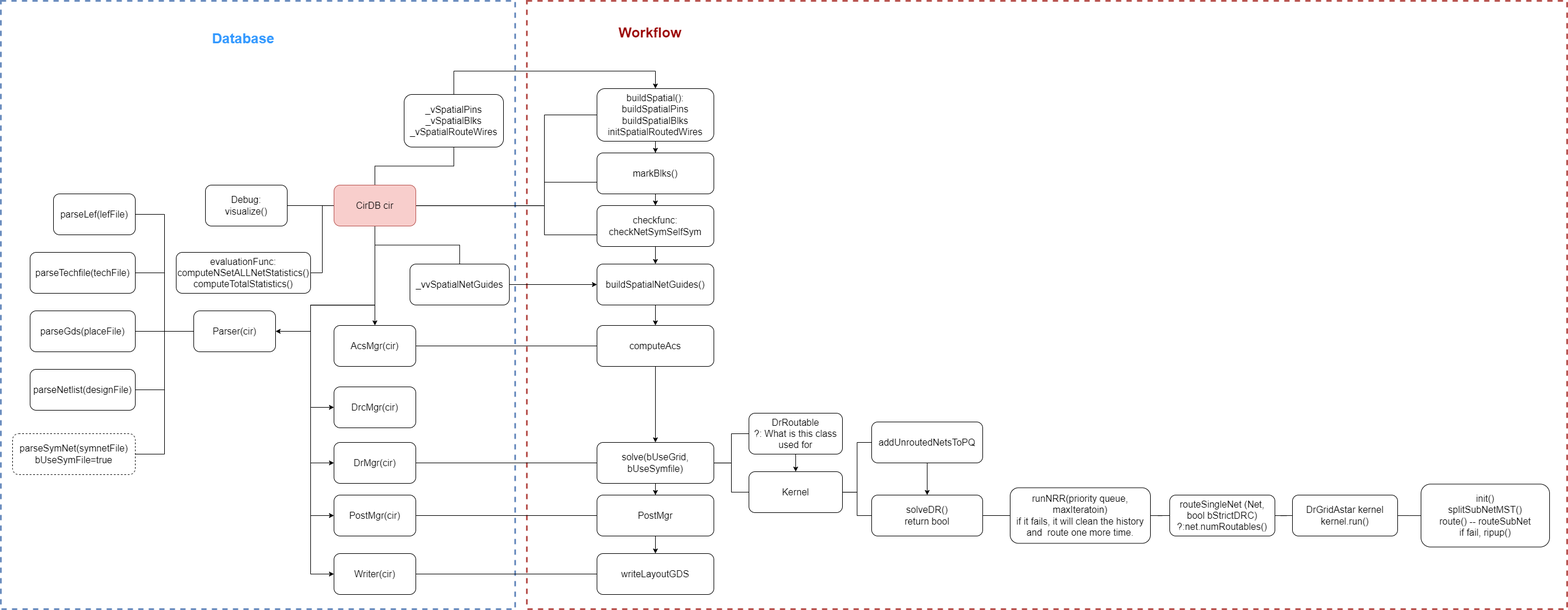
Above: anaroute.drawio.png in ajiann/drawio (draw.io), before the change. Source tidied: cells renumbered, new cells last; positions are measured from the earlier drawing's top-left corner, leaving out a move shared by most shapes.
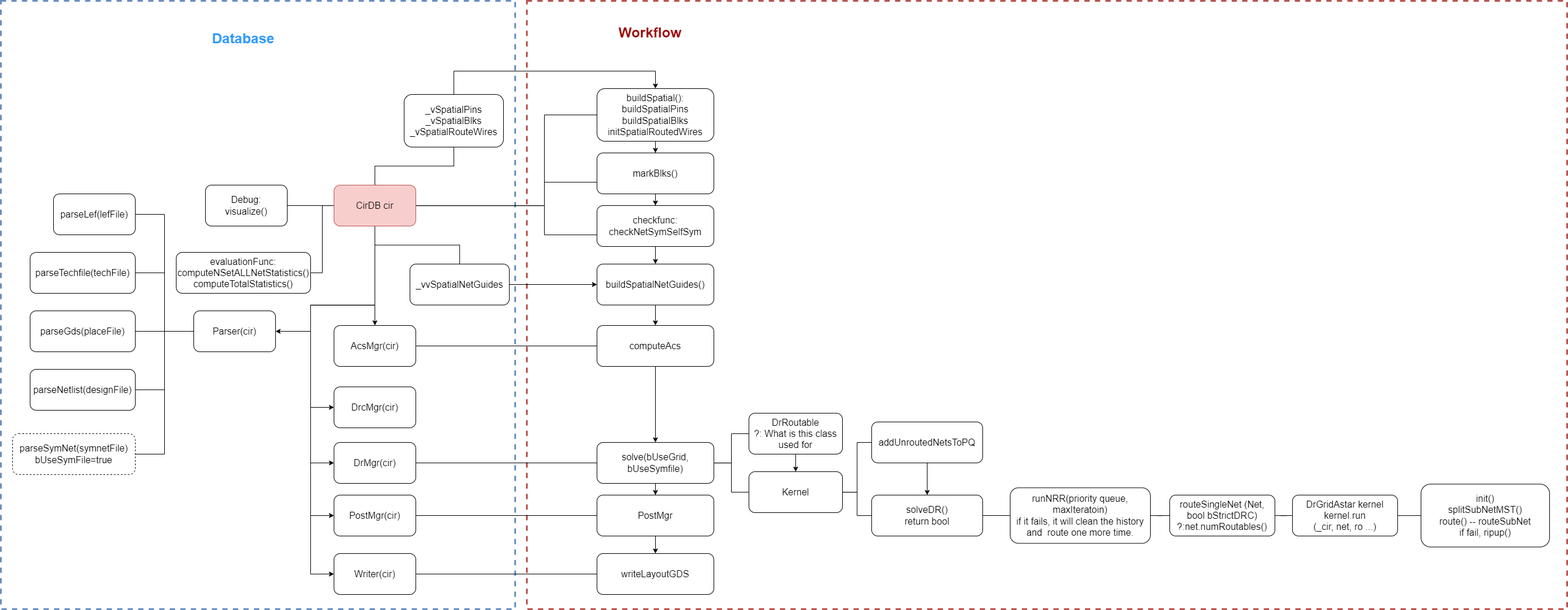
After the change.

What changed in the source:
```diff
@@ -265,7 +265,7 @@
     <mxCell id="72" style="edgeStyle=orthogonalEdgeStyle;rounded=0;jettySize=auto;html=1;fontFamily=Helvetica;fontSize=12;fontColor=default;endArrow=none;endFill=0;" parent="1" edge="1" source="73" target="74">
       <mxGeometry relative="1" as="geometry" />
     </mxCell>
-    <mxCell id="73" value="DrGridAstar kernel&lt;div style=&quot;font-size: 16px;&quot;&gt;kernel.run()&lt;/div&gt;" style="rounded=1;whiteSpace=wrap;html=1;fontSize=16;" parent="1" vertex="1">
+    <mxCell id="73" value="DrGridAstar kernel&lt;div style=&quot;font-size: 16px;&quot;&gt;kernel.run&lt;/div&gt;&lt;div style=&quot;font-size: 16px;&quot;&gt;(_cir, net, ro ...)&lt;/div&gt;" style="rounded=1;whiteSpace=wrap;html=1;fontSize=16;" parent="1" vertex="1">
       <mxGeometry x="2210" y="845" width="180" height="70" as="geometry" />
     </mxCell>
     <mxCell id="74" value="init()&lt;div style=&quot;font-size: 16px;&quot;&gt;splitSubNetMST()&lt;/div&gt;&lt;div style=&quot;font-size: 16px;&quot;&gt;route() -- routeSubNet&lt;/div&gt;&lt;div style=&quot;font-size: 16px;&quot;&gt;if fail, ripup()&lt;/div&gt;" style="rounded=1;whiteSpace=wrap;html=1;fontSize=16;" parent="1" vertex="1">
```
